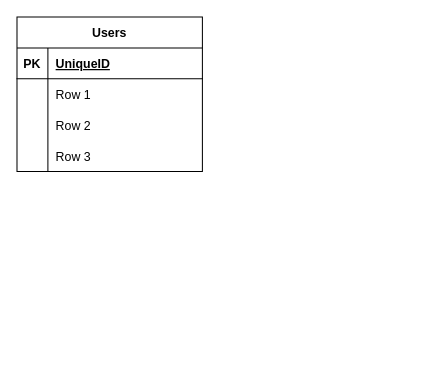
sudopwr/database-course keeps this draw.io diagram as page "er_Diagram" (1 of 3) of online_cloth_shopping.drawio. Above is the earlier version. Source tidied: cells renumbered, new cells numbered last; positions are measured from the earlier drawing's top-left corner, leaving out a move shared by most shapes. Both pictures are drawn from the tidied source at 103%, with x=0, y=0 at pixel (16, 16).
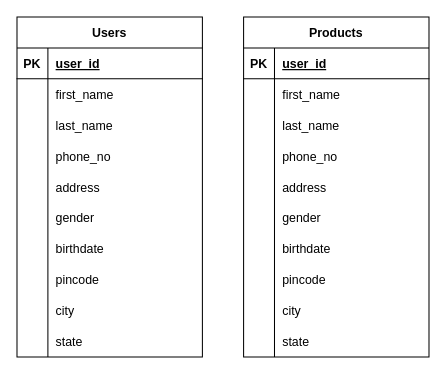
The same page after the edit.

The change refers to these unchanged cells:
```xml
<mxCell id="3" style="shape=tableRow;horizontal=0;startSize=0;swimlaneHead=0;swimlaneBody=0;fillColor=none;top=0;left=0;right=0;bottom=1;" parent="2" vertex="1">
  <mxGeometry y="30" width="180" height="30" as="geometry" />
</mxCell>
<mxCell id="6" style="shape=tableRow;horizontal=0;startSize=0;swimlaneHead=0;swimlaneBody=0;fillColor=none;top=0;left=0;right=0;bottom=0;" parent="2" vertex="1">
  <mxGeometry y="60" width="180" height="30" as="geometry" />
</mxCell>
<mxCell id="9" style="shape=tableRow;horizontal=0;startSize=0;swimlaneHead=0;swimlaneBody=0;fillColor=none;top=0;left=0;right=0;bottom=0;" parent="2" vertex="1">
  <mxGeometry y="90" width="180" height="30" as="geometry" />
</mxCell>
<mxCell id="12" style="shape=tableRow;horizontal=0;startSize=0;swimlaneHead=0;swimlaneBody=0;fillColor=none;top=0;left=0;right=0;bottom=0;" parent="2" vertex="1">
  <mxGeometry y="120" width="180" height="30" as="geometry" />
</mxCell>
```

The edit, as a diff of the source:
```diff
@@
     <mxCell id="2" value="Users" style="shape=table;startSize=30;childLayout=tableLayout;rowLines=0;fontStyle=1;align=center;" parent="1" vertex="1">
-      <mxGeometry width="180" height="150" as="geometry" />
+      <mxGeometry width="180" height="330" as="geometry" />
     </mxCell>
@@
-    <mxCell id="5" value="UniqueID" style="shape=partialRectangle;fillColor=none;top=0;left=0;bottom=0;right=0;align=left;spacingLeft=6;fontStyle=5;overflow=hidden;" parent="3" vertex="1">
+    <mxCell id="5" value="user_id" style="shape=partialRectangle;fillColor=none;top=0;left=0;bottom=0;right=0;align=left;spacingLeft=6;fontStyle=5;overflow=hidden;" parent="3" vertex="1">
       <mxGeometry x="30" width="150" height="30" as="geometry" />
     </mxCell>
@@
-    <mxCell id="8" value="Row 1" style="shape=partialRectangle;fillColor=none;top=0;left=0;bottom=0;right=0;align=left;spacingLeft=6;overflow=hidden;" parent="6" vertex="1">
+    <mxCell id="8" value="first_name" style="shape=partialRectangle;fillColor=none;top=0;left=0;bottom=0;right=0;align=left;spacingLeft=6;overflow=hidden;" parent="6" vertex="1">
       <mxGeometry x="30" width="150" height="30" as="geometry" />
     </mxCell>
@@
-    <mxCell id="11" value="Row 2" style="shape=partialRectangle;fillColor=none;top=0;left=0;bottom=0;right=0;align=left;spacingLeft=6;overflow=hidden;" parent="9" vertex="1">
+    <mxCell id="11" value="last_name" style="shape=partialRectangle;fillColor=none;top=0;left=0;bottom=0;right=0;align=left;spacingLeft=6;overflow=hidden;" parent="9" vertex="1">
       <mxGeometry x="30" width="150" height="30" as="geometry" />
     </mxCell>
@@
-    <mxCell id="14" value="Row 3" style="shape=partialRectangle;fillColor=none;top=0;left=0;bottom=0;right=0;align=left;spacingLeft=6;overflow=hidden;" parent="12" vertex="1">
+    <mxCell id="14" value="phone_no" style="shape=partialRectangle;fillColor=none;top=0;left=0;bottom=0;right=0;align=left;spacingLeft=6;overflow=hidden;" parent="12" vertex="1">
       <mxGeometry x="30" width="150" height="30" as="geometry" />
     </mxCell>
+    <mxCell id="15" style="shape=tableRow;horizontal=0;startSize=0;swimlaneHead=0;swimlaneBody=0;fillColor=none;top=0;left=0;right=0;bottom=0;" parent="2" vertex="1">
+      <mxGeometry y="150" width="180" height="30" as="geometry" />
+    </mxCell>
+    <mxCell id="16" style="shape=partialRectangle;fillColor=none;top=0;left=0;bottom=0;right=0;overflow=hidden;" parent="15" vertex="1">
+      <mxGeometry width="30" height="30" as="geometry" />
+    </mxCell>
+    <mxCell id="17" value="address" style="shape=partialRectangle;fillColor=none;top=0;left=0;bottom=0;right=0;align=left;spacingLeft=6;overflow=hidden;" parent="15" vertex="1">
+      <mxGeometry x="30" width="150" height="30" as="geometry" />
+    </mxCell>
+    <mxCell id="18" style="shape=tableRow;horizontal=0;startSize=0;swimlaneHead=0;swimlaneBody=0;fillColor=none;top=0;left=0;right=0;bottom=0;" parent="2" vertex="1">
+      <mxGeometry y="180" width="180" height="30" as="geometry" />
+    </mxCell>
+    <mxCell id="19" style="shape=partialRectangle;fillColor=none;top=0;left=0;bottom=0;right=0;overflow=hidden;" parent="18" vertex="1">
+      <mxGeometry width="30" height="30" as="geometry" />
+    </mxCell>
+    <mxCell id="20" value="gender" style="shape=partialRectangle;fillColor=none;top=0;left=0;bottom=0;right=0;align=left;spacingLeft=6;overflow=hidden;" parent="18" vertex="1">
+      <mxGeometry x="30" width="150" height="30" as="geometry" />
+    </mxCell>
+    <mxCell id="21" style="shape=tableRow;horizontal=0;startSize=0;swimlaneHead=0;swimlaneBody=0;fillColor=none;top=0;left=0;right=0;bottom=0;" parent="2" vertex="1">
+      <mxGeometry y="210" width="180" height="30" as="geometry" />
+    </mxCell>
+    <mxCell id="22" style="shape=partialRectangle;fillColor=none;top=0;left=0;bottom=0;right=0;overflow=hidden;" parent="21" vertex="1">
+      <mxGeometry width="30" height="30" as="geometry" />
+    </mxCell>
+    <mxCell id="23" value="birthdate" style="shape=partialRectangle;fillColor=none;top=0;left=0;bottom=0;right=0;align=left;spacingLeft=6;overflow=hidden;" parent="21" vertex="1">
+      <mxGeometry x="30" width="150" height="30" as="geometry" />
+    </mxCell>
+    <mxCell id="24" style="shape=tableRow;horizontal=0;startSize=0;swimlaneHead=0;swimlaneBody=0;fillColor=none;top=0;left=0;right=0;bottom=0;" parent="2" vertex="1">
+      <mxGeometry y="240" width="180" height="30" as="geometry" />
+    </mxCell>
+    <mxCell id="25" style="shape=partialRectangle;fillColor=none;top=0;left=0;bottom=0;right=0;overflow=hidden;" parent="24" vertex="1">
+      <mxGeometry width="30" height="30" as="geometry" />
+    </mxCell>
+    <mxCell id="26" value="pincode" style="shape=partialRectangle;fillColor=none;top=0;left=0;bottom=0;right=0;align=left;spacingLeft=6;overflow=hidden;" parent="24" vertex="1">
+      <mxGeometry x="30" width="150" height="30" as="geometry" />
+    </mxCell>
+    <mxCell id="27" style="shape=tableRow;horizontal=0;startSize=0;swimlaneHead=0;swimlaneBody=0;fillColor=none;top=0;left=0;right=0;bottom=0;" parent="2" vertex="1">
+      <mxGeometry y="270" width="180" height="30" as="geometry" />
+    </mxCell>
+    <mxCell id="28" style="shape=partialRectangle;fillColor=none;top=0;left=0;bottom=0;right=0;overflow=hidden;" parent="27" vertex="1">
+      <mxGeometry width="30" height="30" as="geometry" />
+    </mxCell>
+    <mxCell id="29" value="city" style="shape=partialRectangle;fillColor=none;top=0;left=0;bottom=0;right=0;align=left;spacingLeft=6;overflow=hidden;" parent="27" vertex="1">
+      <mxGeometry x="30" width="150" height="30" as="geometry" />
+    </mxCell>
+    <mxCell id="30" style="shape=tableRow;horizontal=0;startSize=0;swimlaneHead=0;swimlaneBody=0;fillColor=none;top=0;left=0;right=0;bottom=0;" parent="2" vertex="1">
+      <mxGeometry y="300" width="180" height="30" as="geometry" />
+    </mxCell>
+    <mxCell id="31" style="shape=partialRectangle;fillColor=none;top=0;left=0;bottom=0;right=0;overflow=hidden;" parent="30" vertex="1">
+      <mxGeometry width="30" height="30" as="geometry" />
+    </mxCell>
+    <mxCell id="32" value="state" style="shape=partialRectangle;fillColor=none;top=0;left=0;bottom=0;right=0;align=left;spacingLeft=6;overflow=hidden;" parent="30" vertex="1">
+      <mxGeometry x="30" width="150" height="30" as="geometry" />
+    </mxCell>
+    <mxCell id="33" value="Products" style="shape=table;startSize=30;childLayout=tableLayout;rowLines=0;fontStyle=1;align=center;" parent="1" vertex="1">
+      <mxGeometry x="220" width="180" height="330" as="geometry" />
+    </mxCell>
+    <mxCell id="34" style="shape=tableRow;horizontal=0;startSize=0;swimlaneHead=0;swimlaneBody=0;fillColor=none;top=0;left=0;right=0;bottom=1;" parent="33" vertex="1">
+      <mxGeometry y="30" width="180" height="30" as="geometry" />
+    </mxCell>
+    <mxCell id="35" value="PK" style="shape=partialRectangle;fillColor=none;top=0;left=0;bottom=0;right=0;fontStyle=1;overflow=hidden;" parent="34" vertex="1">
+      <mxGeometry width="30" height="30" as="geometry" />
+    </mxCell>
+    <mxCell id="36" value="user_id" style="shape=partialRectangle;fillColor=none;top=0;left=0;bottom=0;right=0;align=left;spacingLeft=6;fontStyle=5;overflow=hidden;" parent="34" vertex="1">
+      <mxGeometry x="30" width="150" height="30" as="geometry" />
+    </mxCell>
+    <mxCell id="37" style="shape=tableRow;horizontal=0;startSize=0;swimlaneHead=0;swimlaneBody=0;fillColor=none;top=0;left=0;right=0;bottom=0;" parent="33" vertex="1">
+      <mxGeometry y="60" width="180" height="30" as="geometry" />
+    </mxCell>
+    <mxCell id="38" style="shape=partialRectangle;fillColor=none;top=0;left=0;bottom=0;right=0;overflow=hidden;" parent="37" vertex="1">
+      <mxGeometry width="30" height="30" as="geometry" />
+    </mxCell>
+    <mxCell id="39" value="first_name" style="shape=partialRectangle;fillColor=none;top=0;left=0;bottom=0;right=0;align=left;spacingLeft=6;overflow=hidden;" parent="37" vertex="1">
+      <mxGeometry x="30" width="150" height="30" as="geometry" />
+    </mxCell>
+    <mxCell id="40" style="shape=tableRow;horizontal=0;startSize=0;swimlaneHead=0;swimlaneBody=0;fillColor=none;top=0;left=0;right=0;bottom=0;" parent="33" vertex="1">
+      <mxGeometry y="90" width="180" height="30" as="geometry" />
+    </mxCell>
+    <mxCell id="41" style="shape=partialRectangle;fillColor=none;top=0;left=0;bottom=0;right=0;overflow=hidden;" parent="40" vertex="1">
+      <mxGeometry width="30" height="30" as="geometry" />
+    </mxCell>
+    <mxCell id="42" value="last_name" style="shape=partialRectangle;fillColor=none;top=0;left=0;bottom=0;right=0;align=left;spacingLeft=6;overflow=hidden;" parent="40" vertex="1">
+      <mxGeometry x="30" width="150" height="30" as="geometry" />
+    </mxCell>
+    <mxCell id="43" style="shape=tableRow;horizontal=0;startSize=0;swimlaneHead=0;swimlaneBody=0;fillColor=none;top=0;left=0;right=0;bottom=0;" parent="33" vertex="1">
+      <mxGeometry y="120" width="180" height="30" as="geometry" />
+    </mxCell>
+    <mxCell id="44" style="shape=partialRectangle;fillColor=none;top=0;left=0;bottom=0;right=0;overflow=hidden;" parent="43" vertex="1">
+      <mxGeometry width="30" height="30" as="geometry" />
+    </mxCell>
+    <mxCell id="45" value="phone_no" style="shape=partialRectangle;fillColor=none;top=0;left=0;bottom=0;right=0;align=left;spacingLeft=6;overflow=hidden;" parent="43" vertex="1">
+      <mxGeometry x="30" width="150" height="30" as="geometry" />
+    </mxCell>
+    <mxCell id="46" style="shape=tableRow;horizontal=0;startSize=0;swimlaneHead=0;swimlaneBody=0;fillColor=none;top=0;left=0;right=0;bottom=0;" parent="33" vertex="1">
+      <mxGeometry y="150" width="180" height="30" as="geometry" />
+    </mxCell>
+    <mxCell id="47" style="shape=partialRectangle;fillColor=none;top=0;left=0;bottom=0;right=0;overflow=hidden;" parent="46" vertex="1">
+      <mxGeometry width="30" height="30" as="geometry" />
+    </mxCell>
+    <mxCell id="48" value="address" style="shape=partialRectangle;fillColor=none;top=0;left=0;bottom=0;right=0;align=left;spacingLeft=6;overflow=hidden;" parent="46" vertex="1">
+      <mxGeometry x="30" width="150" height="30" as="geometry" />
+    </mxCell>
+    <mxCell id="49" style="shape=tableRow;horizontal=0;startSize=0;swimlaneHead=0;swimlaneBody=0;fillColor=none;top=0;left=0;right=0;bottom=0;" parent="33" vertex="1">
+      <mxGeometry y="180" width="180" height="30" as="geometry" />
+    </mxCell>
+    <mxCell id="50" style="shape=partialRectangle;fillColor=none;top=0;left=0;bottom=0;right=0;overflow=hidden;" parent="49" vertex="1">
+      <mxGeometry width="30" height="30" as="geometry" />
+    </mxCell>
+    <mxCell id="51" value="gender" style="shape=partialRectangle;fillColor=none;top=0;left=0;bottom=0;right=0;align=left;spacingLeft=6;overflow=hidden;" parent="49" vertex="1">
+      <mxGeometry x="30" width="150" height="30" as="geometry" />
+    </mxCell>
+    <mxCell id="52" style="shape=tableRow;horizontal=0;startSize=0;swimlaneHead=0;swimlaneBody=0;fillColor=none;top=0;left=0;right=0;bottom=0;" parent="33" vertex="1">
+      <mxGeometry y="210" width="180" height="30" as="geometry" />
+    </mxCell>
+    <mxCell id="53" style="shape=partialRectangle;fillColor=none;top=0;left=0;bottom=0;right=0;overflow=hidden;" parent="52" vertex="1">
+      <mxGeometry width="30" height="30" as="geometry" />
+    </mxCell>
+    <mxCell id="54" value="birthdate" style="shape=partialRectangle;fillColor=none;top=0;left=0;bottom=0;right=0;align=left;spacingLeft=6;overflow=hidden;" parent="52" vertex="1">
+      <mxGeometry x="30" width="150" height="30" as="geometry" />
+    </mxCell>
+    <mxCell id="55" style="shape=tableRow;horizontal=0;startSize=0;swimlaneHead=0;swimlaneBody=0;fillColor=none;top=0;left=0;right=0;bottom=0;" parent="33" vertex="1">
+      <mxGeometry y="240" width="180" height="30" as="geometry" />
+    </mxCell>
+    <mxCell id="56" style="shape=partialRectangle;fillColor=none;top=0;left=0;bottom=0;right=0;overflow=hidden;" parent="55" vertex="1">
+      <mxGeometry width="30" height="30" as="geometry" />
+    </mxCell>
+    <mxCell id="57" value="pincode" style="shape=partialRectangle;fillColor=none;top=0;left=0;bottom=0;right=0;align=left;spacingLeft=6;overflow=hidden;" parent="55" vertex="1">
+      <mxGeometry x="30" width="150" height="30" as="geometry" />
+    </mxCell>
+    <mxCell id="58" style="shape=tableRow;horizontal=0;startSize=0;swimlaneHead=0;swimlaneBody=0;fillColor=none;top=0;left=0;right=0;bottom=0;" parent="33" vertex="1">
+      <mxGeometry y="270" width="180" height="30" as="geometry" />
+    </mxCell>
+    <mxCell id="59" style="shape=partialRectangle;fillColor=none;top=0;left=0;bottom=0;right=0;overflow=hidden;" parent="58" vertex="1">
+      <mxGeometry width="30" height="30" as="geometry" />
+    </mxCell>
+    <mxCell id="60" value="city" style="shape=partialRectangle;fillColor=none;top=0;left=0;bottom=0;right=0;align=left;spacingLeft=6;overflow=hidden;" parent="58" vertex="1">
+      <mxGeometry x="30" width="150" height="30" as="geometry" />
+    </mxCell>
+    <mxCell id="61" style="shape=tableRow;horizontal=0;startSize=0;swimlaneHead=0;swimlaneBody=0;fillColor=none;top=0;left=0;right=0;bottom=0;" parent="33" vertex="1">
+      <mxGeometry y="300" width="180" height="30" as="geometry" />
+    </mxCell>
+    <mxCell id="62" style="shape=partialRectangle;fillColor=none;top=0;left=0;bottom=0;right=0;overflow=hidden;" parent="61" vertex="1">
+      <mxGeometry width="30" height="30" as="geometry" />
+    </mxCell>
+    <mxCell id="63" value="state" style="shape=partialRectangle;fillColor=none;top=0;left=0;bottom=0;right=0;align=left;spacingLeft=6;overflow=hidden;" parent="61" vertex="1">
+      <mxGeometry x="30" width="150" height="30" as="geometry" />
+    </mxCell>
```
